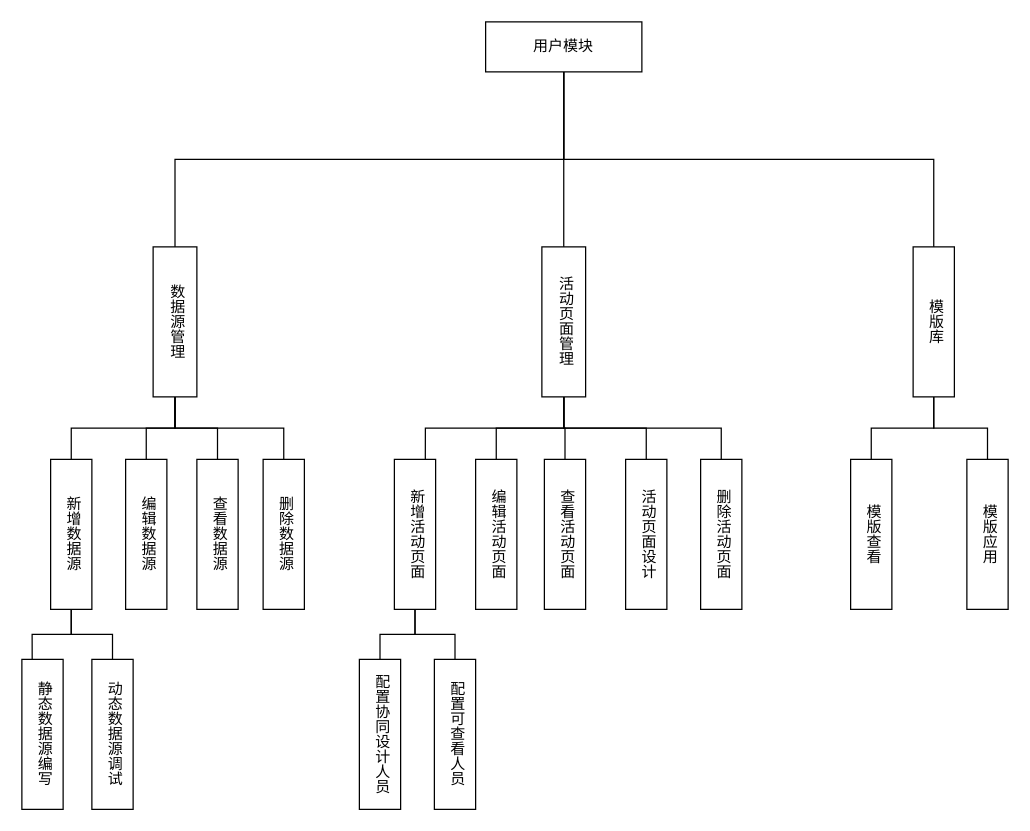
The draw.io diagram 用户模块结构图.drawio in yuxinyu12345/diagrams, before the edit. Source tidied: cells renumbered, new cells numbered last; positions are measured from the earlier drawing's top-left corner, leaving out a move shared by most shapes. Both pictures are drawn from the tidied source at 125%, with x=0, y=0 at pixel (21, 21).
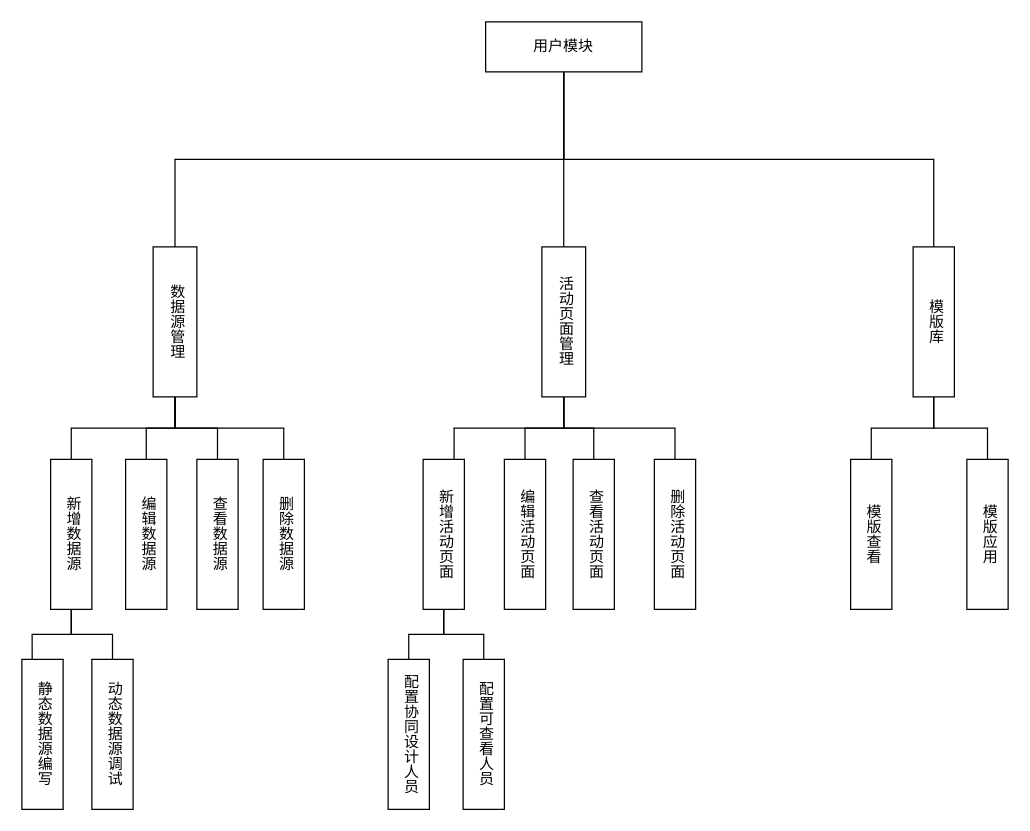
Above is the later version.

Commit message:
更新用户模块结构图.drawio

The change refers to these unchanged cells:
```xml
<mxCell id="16" value="活动页面管理" style="rounded=0;whiteSpace=wrap;html=1;verticalAlign=middle;align=center;labelPosition=center;verticalLabelPosition=middle;textDirection=vertical-rl;strokeWidth=1;" parent="1" vertex="1">
  <mxGeometry x="416" y="180" width="35" height="120" as="geometry" />
</mxCell>
```

What changed in the source:
```diff
@@
-    <mxCell id="14" style="edgeStyle=orthogonalEdgeStyle;rounded=0;jettySize=auto;html=1;exitX=0.5;exitY=1;exitDx=0;exitDy=0;entryX=0.5;entryY=0;entryDx=0;entryDy=0;endArrow=none;endFill=0;" parent="1" edge="1" source="16" target="33">
-      <mxGeometry relative="1" as="geometry" />
-    </mxCell>
@@
     <mxCell id="30" value="新增活动页面" style="rounded=0;whiteSpace=wrap;html=1;verticalAlign=middle;align=center;labelPosition=center;verticalLabelPosition=middle;textDirection=vertical-rl;spacing=0;" parent="1" vertex="1">
-      <mxGeometry x="298" y="350" width="33" height="120" as="geometry" />
+      <mxGeometry x="321" y="350" width="33" height="120" as="geometry" />
     </mxCell>
     <mxCell id="31" value="编辑活动页面" style="rounded=0;whiteSpace=wrap;html=1;verticalAlign=middle;align=center;labelPosition=center;verticalLabelPosition=middle;textDirection=vertical-rl;spacing=0;" parent="1" vertex="1">
-      <mxGeometry x="363" y="350" width="33" height="120" as="geometry" />
+      <mxGeometry x="386" y="350" width="33" height="120" as="geometry" />
     </mxCell>
     <mxCell id="32" value="查看活动页面" style="rounded=0;whiteSpace=wrap;html=1;verticalAlign=middle;align=center;labelPosition=center;verticalLabelPosition=middle;textDirection=vertical-rl;spacing=0;" parent="1" vertex="1">
-      <mxGeometry x="418" y="350" width="33" height="120" as="geometry" />
+      <mxGeometry x="441" y="350" width="33" height="120" as="geometry" />
     </mxCell>
-    <mxCell id="33" value="活动页面设计" style="rounded=0;whiteSpace=wrap;html=1;verticalAlign=middle;align=center;labelPosition=center;verticalLabelPosition=middle;textDirection=vertical-rl;spacing=0;" parent="1" vertex="1">
-      <mxGeometry x="483" y="350" width="33" height="120" as="geometry" />
-    </mxCell>
     <mxCell id="34" value="删除活动页面" style="rounded=0;whiteSpace=wrap;html=1;verticalAlign=middle;align=center;labelPosition=center;verticalLabelPosition=middle;textDirection=vertical-rl;spacing=0;" parent="1" vertex="1">
-      <mxGeometry x="543" y="350" width="33" height="120" as="geometry" />
+      <mxGeometry x="506" y="350" width="33" height="120" as="geometry" />
     </mxCell>
     <mxCell id="35" value="配置协同设计人员" style="rounded=0;whiteSpace=wrap;html=1;verticalAlign=middle;align=center;labelPosition=center;verticalLabelPosition=middle;textDirection=vertical-rl;spacing=0;" parent="1" vertex="1">
-      <mxGeometry x="270" y="510" width="33" height="120" as="geometry" />
+      <mxGeometry x="293" y="510" width="33" height="120" as="geometry" />
     </mxCell>
     <mxCell id="36" value="配置可查看人员" style="rounded=0;whiteSpace=wrap;html=1;verticalAlign=middle;align=center;labelPosition=center;verticalLabelPosition=middle;textDirection=vertical-rl;spacing=0;" parent="1" vertex="1">
-      <mxGeometry x="330" y="510" width="33" height="120" as="geometry" />
+      <mxGeometry x="353" y="510" width="33" height="120" as="geometry" />
     </mxCell>
```
